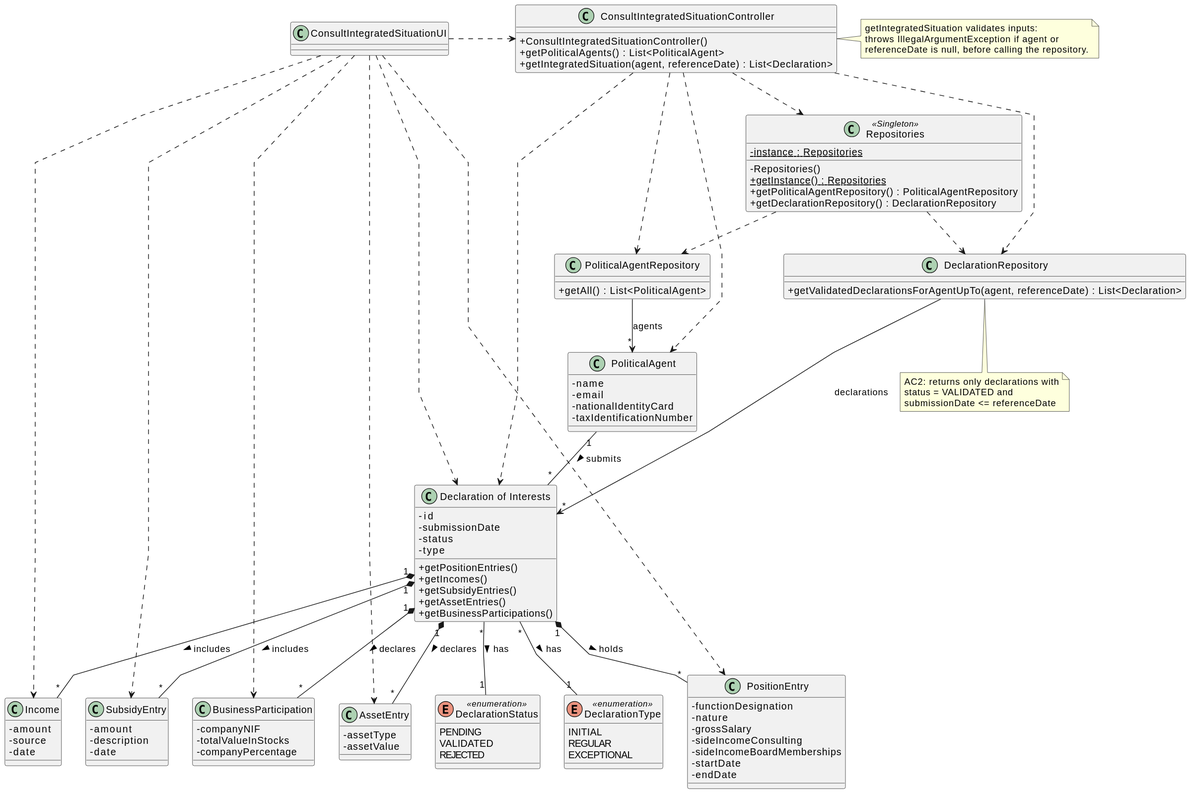
Above: docs/system-documentation/US09/03.design/svg/US09-CD.svg in brunodspinto/crystal-clear-platform (PlantUML), before the change.
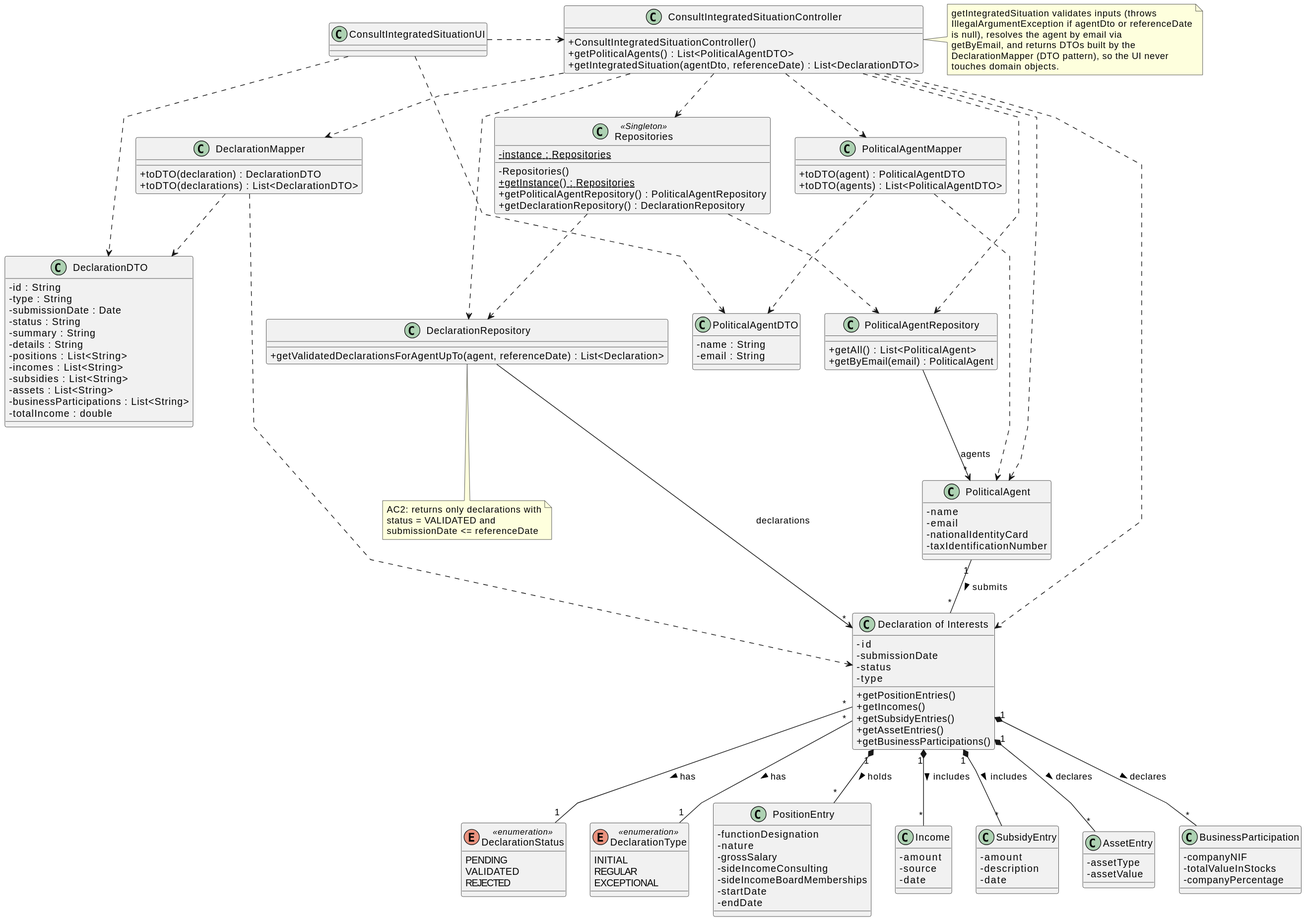
The same file after the commit.

Diff of the diagram source:
```diff
@@ -9,8 +9,38 @@
 
 class ConsultIntegratedSituationController {
     + ConsultIntegratedSituationController()
-    + getPoliticalAgents() : List<PoliticalAgent>
-    + getIntegratedSituation(agent, referenceDate) : List<Declaration>
+    + getPoliticalAgents() : List<PoliticalAgentDTO>
+    + getIntegratedSituation(agentDto, referenceDate) : List<DeclarationDTO>
+}
+
+class PoliticalAgentDTO {
+    - name : String
+    - email : String
+}
+
+class DeclarationDTO {
+    - id : String
+    - type : String
+    - submissionDate : Date
+    - status : String
+    - summary : String
+    - details : String
+    - positions : List<String>
+    - incomes : List<String>
+    - subsidies : List<String>
+    - assets : List<String>
+    - businessParticipations : List<String>
+    - totalIncome : double
+}
+
+class PoliticalAgentMapper {
+    + toDTO(agent) : PoliticalAgentDTO
+    + toDTO(agents) : List<PoliticalAgentDTO>
+}
+
+class DeclarationMapper {
+    + toDTO(declaration) : DeclarationDTO
+    + toDTO(declarations) : List<DeclarationDTO>
 }
 
 class Repositories <<Singleton>> {
@@ -23,6 +53,7 @@
 
 class PoliticalAgentRepository {
     + getAll() : List<PoliticalAgent>
+    + getByEmail(email) : PoliticalAgent
 }
 
 class DeclarationRepository {
@@ -103,12 +134,15 @@
 ConsultIntegratedSituationController ..> PoliticalAgent
 ConsultIntegratedSituationController ..> Declaration
 
-ConsultIntegratedSituationUI ..> Declaration
-ConsultIntegratedSituationUI ..> PositionEntry
-ConsultIntegratedSituationUI ..> Income
-ConsultIntegratedSituationUI ..> SubsidyEntry
-ConsultIntegratedSituationUI ..> AssetEntry
-ConsultIntegratedSituationUI ..> BusinessParticipation
+ConsultIntegratedSituationUI ..> PoliticalAgentDTO
+ConsultIntegratedSituationUI ..> DeclarationDTO
+
+ConsultIntegratedSituationController ..> PoliticalAgentMapper
+ConsultIntegratedSituationController ..> DeclarationMapper
+PoliticalAgentMapper ..> PoliticalAgent
+PoliticalAgentMapper ..> PoliticalAgentDTO
+DeclarationMapper ..> Declaration
+DeclarationMapper ..> DeclarationDTO
 
 PoliticalAgentRepository --> "*" PoliticalAgent : agents
 DeclarationRepository --> "*" Declaration : declarations
@@ -129,8 +163,11 @@
 end note
 
 note right of ConsultIntegratedSituationController
-    getIntegratedSituation validates inputs:
-    throws IllegalArgumentException if agent or
-    referenceDate is null, before calling the repository.
+    getIntegratedSituation validates inputs (throws
+    IllegalArgumentException if agentDto or referenceDate
+    is null), resolves the agent by email via
+    getByEmail, and returns DTOs built by the
+    DeclarationMapper (DTO pattern), so the UI never
+    touches domain objects.
 end note
 @enduml
```
